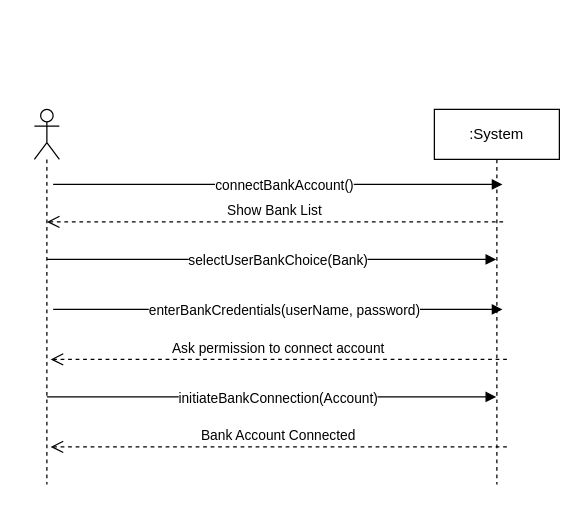
This is page "Connect Bank Account" (3 of 15) of SmartFin Systems Sequence Diagram.drawio from FavioJasso/CMP-280, a draw.io file, before an edit. Source tidied: cells renumbered, new cells numbered last; positions are measured from the earlier drawing's top-left corner, leaving out a move shared by most shapes. Both pictures are drawn from the tidied source at 125%, with x=0, y=0 at pixel (34, 109).
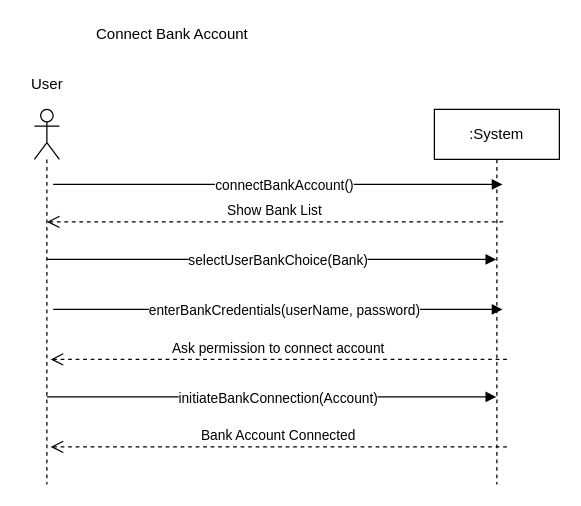
The same diagram, later.

Change to the diagram source:
```diff
@@
+    <mxCell id="15" value="User" style="text;html=1;align=center;verticalAlign=middle;strokeColor=none;fillColor=none;" parent="1" vertex="1">
+      <mxGeometry x="-10" y="-30" width="40" height="20" as="geometry" />
+    </mxCell>
+    <mxCell id="16" value="Connect Bank Account" style="text;html=1;align=center;verticalAlign=middle;strokeColor=none;fillColor=none;" parent="1" vertex="1">
+      <mxGeometry x="40" y="-70" width="140" height="20" as="geometry" />
+    </mxCell>
```
